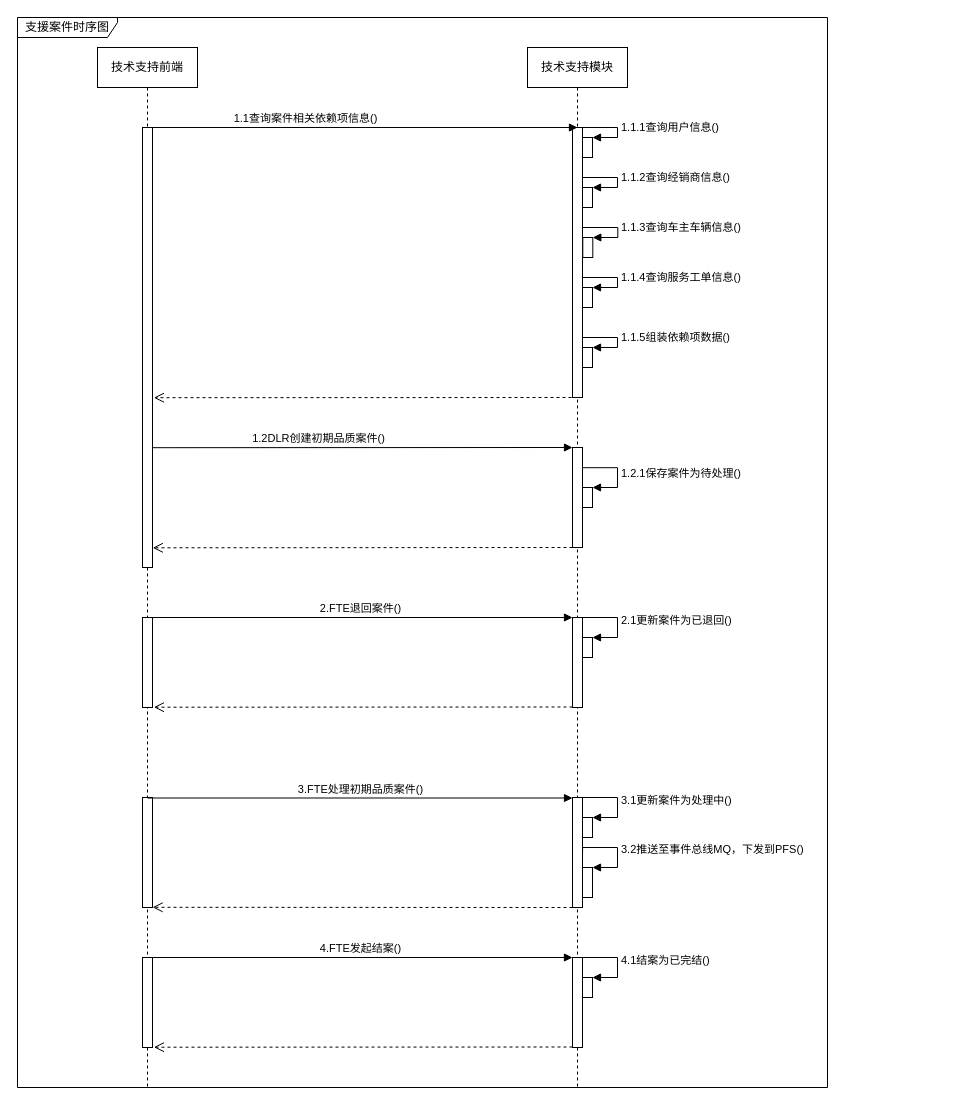
Above: page "大小部屋案件时序图" (9 of 10) of images/支援案件时序图.drawio in 1132489442/designer (draw.io), before the change. Source tidied: cells renumbered, new cells numbered last; positions are measured from the earlier drawing's top-left corner, leaving out a move shared by most shapes. Both pictures are drawn from the tidied source at 100%, with x=0, y=0 at pixel (17, 17).
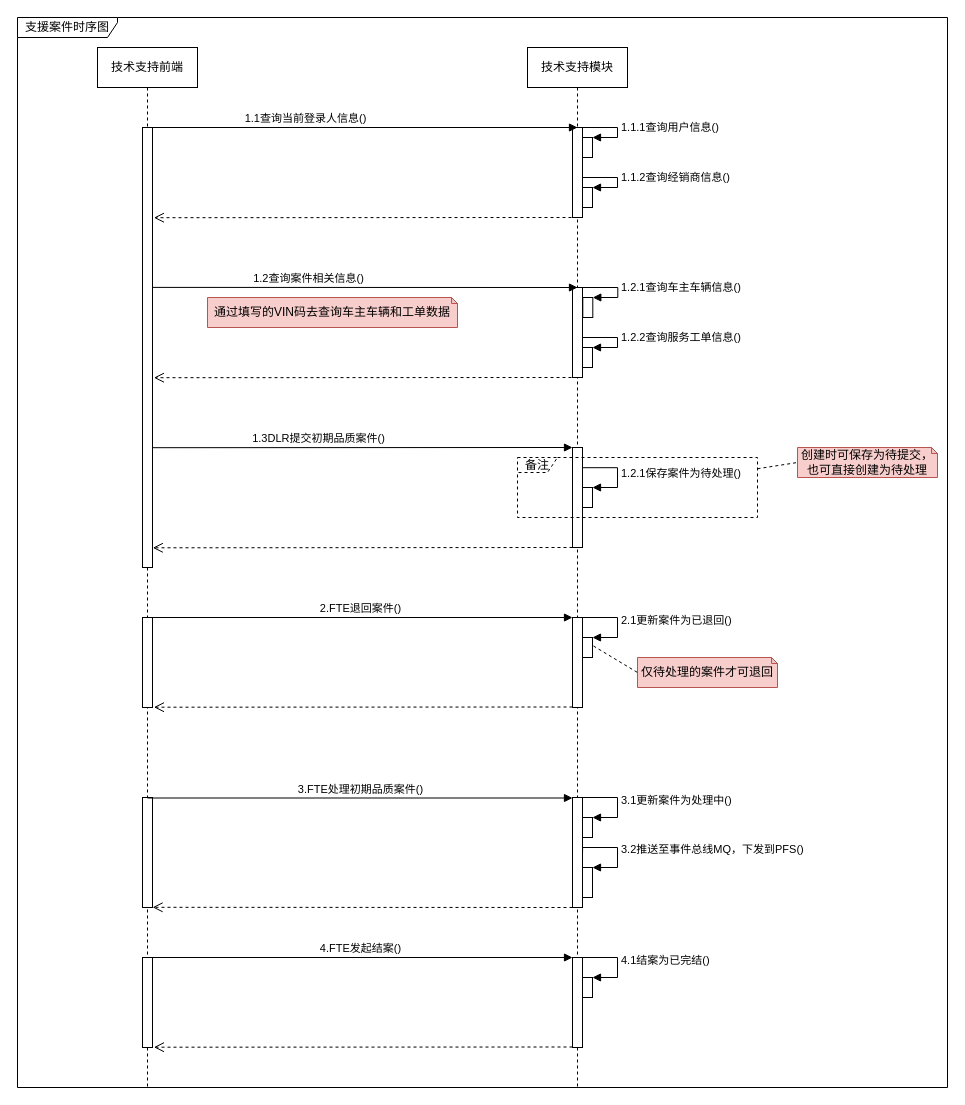
The same diagram, later.

Unchanged cells that the change refers to:
```xml
<mxCell id="2" value="技术支持模块" style="shape=umlLifeline;perimeter=lifelinePerimeter;whiteSpace=wrap;html=1;" parent="1" vertex="1">
  <mxGeometry x="510" y="30" width="100" height="1040" as="geometry" />
</mxCell>
<mxCell id="3" style="html=1;points=[];perimeter=orthogonalPerimeter;" parent="2" vertex="1">
  <mxGeometry x="45" y="400" width="10" height="100" as="geometry" />
</mxCell>
<mxCell id="33" style="html=1;points=[];perimeter=orthogonalPerimeter;" parent="1" vertex="1">
  <mxGeometry x="565" y="620" width="10" height="20" as="geometry" />
</mxCell>
```

Diff of the diagram source:
```diff
@@
     <mxCell id="11" style="html=1;points=[];perimeter=orthogonalPerimeter;" parent="2" vertex="1">
-      <mxGeometry x="45" y="80" width="10" height="270" as="geometry" />
+      <mxGeometry x="45" y="80" width="10" height="90" as="geometry" />
     </mxCell>
@@
     <mxCell id="14" style="html=1;points=[];perimeter=orthogonalPerimeter;" parent="2" vertex="1">
-      <mxGeometry x="55.3" y="190" width="10" height="20" as="geometry" />
+      <mxGeometry x="55.3" y="250" width="10" height="20" as="geometry" />
     </mxCell>
-    <mxCell id="15" value="1.1.3查询车主车辆信息()" style="edgeStyle=orthogonalEdgeStyle;html=1;align=left;spacingLeft=2;endArrow=block;rounded=0;entryX=1;entryY=0;exitX=0.974;exitY=0;exitDx=0;exitDy=0;exitPerimeter=0;" parent="2" edge="1" target="14">
+    <mxCell id="15" value="1.2.1查询车主车辆信息()" style="edgeStyle=orthogonalEdgeStyle;html=1;align=left;spacingLeft=2;endArrow=block;rounded=0;entryX=1;entryY=0;exitX=0.974;exitY=0;exitDx=0;exitDy=0;exitPerimeter=0;" parent="2" edge="1" target="14">
       <mxGeometry relative="1" as="geometry">
-        <mxPoint x="55" y="180" as="sourcePoint" />
+        <mxPoint x="55" y="240" as="sourcePoint" />
         <Array as="points">
-          <mxPoint x="90.3" y="180" />
-          <mxPoint x="90.3" y="190" />
+          <mxPoint x="90.3" y="240" />
+          <mxPoint x="90.3" y="250" />
         </Array>
       </mxGeometry>
     </mxCell>
@@
-    <mxCell id="19" value="1.2DLR创建初期品质案件()" style="html=1;verticalAlign=bottom;endArrow=block;entryX=0;entryY=0;rounded=0;exitX=1.014;exitY=0.872;exitDx=0;exitDy=0;exitPerimeter=0;" parent="1" edge="1" target="3">
+    <mxCell id="19" value="1.3DLR提交初期品质案件()" style="html=1;verticalAlign=bottom;endArrow=block;entryX=0;entryY=0;rounded=0;exitX=1.014;exitY=0.872;exitDx=0;exitDy=0;exitPerimeter=0;" parent="1" edge="1" target="3">
       <mxGeometry x="-0.21" relative="1" as="geometry">
         <mxPoint x="135.1" y="430.2" as="sourcePoint" />
       </mxGeometry>
     </mxCell>
@@
-    <mxCell id="29" value="1.1查询案件相关依赖项信息()" style="html=1;verticalAlign=bottom;endArrow=block;rounded=0;" parent="1" edge="1">
+    <mxCell id="29" value="1.1查询当前登录人信息()" style="html=1;verticalAlign=bottom;endArrow=block;rounded=0;" parent="1" edge="1">
       <mxGeometry x="-0.27" relative="1" as="geometry">
         <mxPoint x="130" y="110" as="sourcePoint" />
         <mxPoint x="560" y="110" as="targetPoint" />
         <mxPoint x="1" as="offset" />
       </mxGeometry>
     </mxCell>
     <mxCell id="30" style="html=1;verticalAlign=bottom;endArrow=open;dashed=1;endSize=8;rounded=0;entryX=1.136;entryY=0.952;entryDx=0;entryDy=0;entryPerimeter=0;" parent="1" edge="1">
       <mxGeometry relative="1" as="geometry">
-        <mxPoint x="560" y="380" as="sourcePoint" />
-        <mxPoint x="136.4" y="380.2" as="targetPoint" />
+        <mxPoint x="560" y="200" as="sourcePoint" />
+        <mxPoint x="136.4" y="200.2" as="targetPoint" />
       </mxGeometry>
     </mxCell>
-    <mxCell id="31" value="支援案件时序图" style="shape=umlFrame;whiteSpace=wrap;html=1;width=100;height=20;" parent="1" vertex="1">
-      <mxGeometry width="810" height="1070" as="geometry" />
-    </mxCell>
@@
     <mxCell id="40" style="html=1;points=[];perimeter=orthogonalPerimeter;" parent="1" vertex="1">
-      <mxGeometry x="565" y="270" width="10" height="20" as="geometry" />
+      <mxGeometry x="565" y="330" width="10" height="20" as="geometry" />
     </mxCell>
-    <mxCell id="41" value="1.1.4查询服务工单信息()" style="edgeStyle=orthogonalEdgeStyle;html=1;align=left;spacingLeft=2;endArrow=block;rounded=0;entryX=1;entryY=0;exitX=0.974;exitY=0;exitDx=0;exitDy=0;exitPerimeter=0;" parent="1" edge="1" target="40">
+    <mxCell id="41" value="1.2.2查询服务工单信息()" style="edgeStyle=orthogonalEdgeStyle;html=1;align=left;spacingLeft=2;endArrow=block;rounded=0;entryX=1;entryY=0;exitX=0.974;exitY=0;exitDx=0;exitDy=0;exitPerimeter=0;" parent="1" edge="1" target="40">
       <mxGeometry relative="1" as="geometry">
-        <mxPoint x="564.7" y="260" as="sourcePoint" />
+        <mxPoint x="564.7" y="320" as="sourcePoint" />
         <Array as="points">
-          <mxPoint x="600" y="260" />
-          <mxPoint x="600" y="270" />
+          <mxPoint x="600" y="320" />
+          <mxPoint x="600" y="330" />
         </Array>
       </mxGeometry>
     </mxCell>
-    <mxCell id="42" style="html=1;points=[];perimeter=orthogonalPerimeter;" parent="1" vertex="1">
-      <mxGeometry x="565" y="330" width="10" height="20" as="geometry" />
-    </mxCell>
-    <mxCell id="43" value="1.1.5组装依赖项数据()" style="edgeStyle=orthogonalEdgeStyle;html=1;align=left;spacingLeft=2;endArrow=block;rounded=0;entryX=1;entryY=0;exitX=0.974;exitY=0;exitDx=0;exitDy=0;exitPerimeter=0;" parent="1" edge="1" target="42">
-      <mxGeometry relative="1" as="geometry">
-        <mxPoint x="564.7" y="320" as="sourcePoint" />
-        <Array as="points">
-          <mxPoint x="600" y="320" />
-          <mxPoint x="600" y="330" />
-        </Array>
-      </mxGeometry>
-    </mxCell>
+    <mxCell id="44" style="html=1;perimeter=orthogonalPerimeter;" parent="1" vertex="1">
+      <mxGeometry x="555" y="270" width="10" height="90" as="geometry" />
+    </mxCell>
+    <mxCell id="45" style="html=1;verticalAlign=bottom;endArrow=open;dashed=1;endSize=8;rounded=0;entryX=1.136;entryY=0.952;entryDx=0;entryDy=0;entryPerimeter=0;" parent="1" edge="1">
+      <mxGeometry relative="1" as="geometry">
+        <mxPoint x="560" y="360" as="sourcePoint" />
+        <mxPoint x="136.4" y="360.2" as="targetPoint" />
+      </mxGeometry>
+    </mxCell>
+    <mxCell id="46" value="1.2查询案件相关信息()" style="html=1;verticalAlign=bottom;endArrow=block;rounded=0;exitX=0.99;exitY=0.227;exitDx=0;exitDy=0;exitPerimeter=0;" parent="1" edge="1">
+      <mxGeometry x="-0.27" relative="1" as="geometry">
+        <mxPoint x="134.9" y="269.9" as="sourcePoint" />
+        <mxPoint x="560" y="270" as="targetPoint" />
+        <mxPoint x="1" as="offset" />
+      </mxGeometry>
+    </mxCell>
+    <mxCell id="47" value="通过填写的VIN码去查询车主车辆和工单数据" style="shape=note;whiteSpace=wrap;html=1;backgroundOutline=1;darkOpacity=0.05;size=6;fillColor=#f8cecc;strokeColor=#b85450;" parent="1" vertex="1">
+      <mxGeometry x="190" y="280" width="250" height="30" as="geometry" />
+    </mxCell>
+    <mxCell id="48" value="备注" style="shape=umlFrame;whiteSpace=wrap;html=1;width=40;height=15;dashed=1;" parent="1" vertex="1">
+      <mxGeometry x="500" y="440" width="240" height="60" as="geometry" />
+    </mxCell>
+    <mxCell id="49" value="创建时可保存为待提交，也可直接创建为待处理" style="shape=note;whiteSpace=wrap;html=1;backgroundOutline=1;darkOpacity=0.05;size=6;fillColor=#f8cecc;strokeColor=#b85450;" parent="1" vertex="1">
+      <mxGeometry x="780" y="430" width="140" height="30" as="geometry" />
+    </mxCell>
+    <mxCell id="50" style="endArrow=none;dashed=1;html=1;rounded=0;entryX=0;entryY=0.5;entryDx=0;entryDy=0;entryPerimeter=0;" parent="1" edge="1" source="48" target="49">
+      <mxGeometry relative="1" as="geometry" />
+    </mxCell>
+    <mxCell id="51" value="仅待处理的案件才可退回" style="shape=note;whiteSpace=wrap;html=1;backgroundOutline=1;darkOpacity=0.05;size=6;fillColor=#f8cecc;strokeColor=#b85450;" parent="1" vertex="1">
+      <mxGeometry x="620" y="640" width="140" height="30" as="geometry" />
+    </mxCell>
+    <mxCell id="52" style="endArrow=none;dashed=1;html=1;rounded=0;entryX=0;entryY=0.5;entryDx=0;entryDy=0;entryPerimeter=0;exitX=1.1;exitY=0.425;exitDx=0;exitDy=0;exitPerimeter=0;" parent="1" edge="1" source="33" target="51">
+      <mxGeometry relative="1" as="geometry" />
+    </mxCell>
+    <mxCell id="31" value="支援案件时序图" style="shape=umlFrame;whiteSpace=wrap;html=1;width=100;height=20;" parent="1" vertex="1">
+      <mxGeometry width="930" height="1070" as="geometry" />
+    </mxCell>
```
